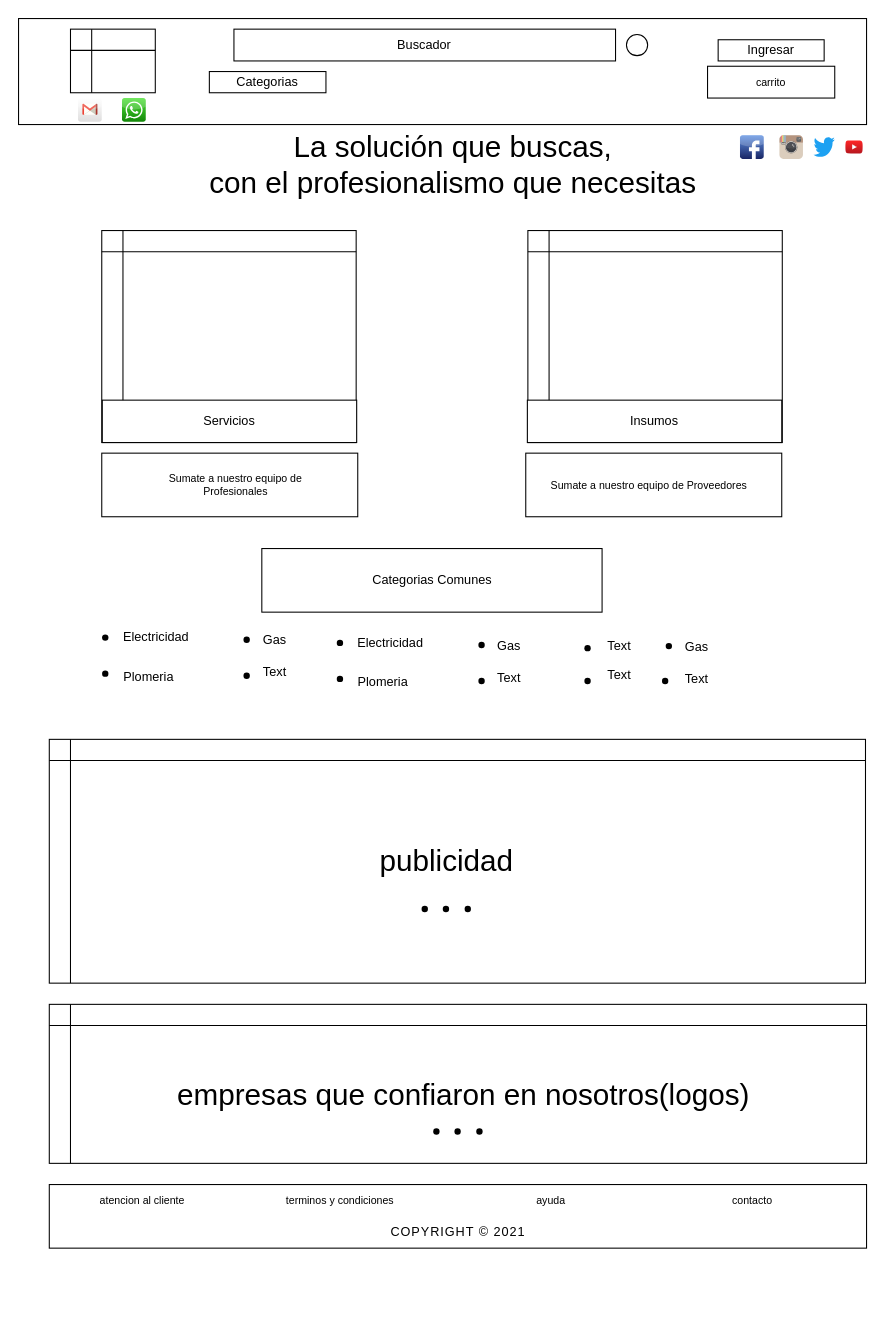
The draw.io diagram page "Page-1" (1 of 3) of Proyecto.drawio in LeonelNardo/Ejercitacion, before the edit. Source tidied: cells renumbered, new cells numbered last; positions are measured from the earlier drawing's top-left corner, leaving out a move shared by most shapes. Both pictures are drawn from the tidied source at 106%, with x=0, y=0 at pixel (18, 18).
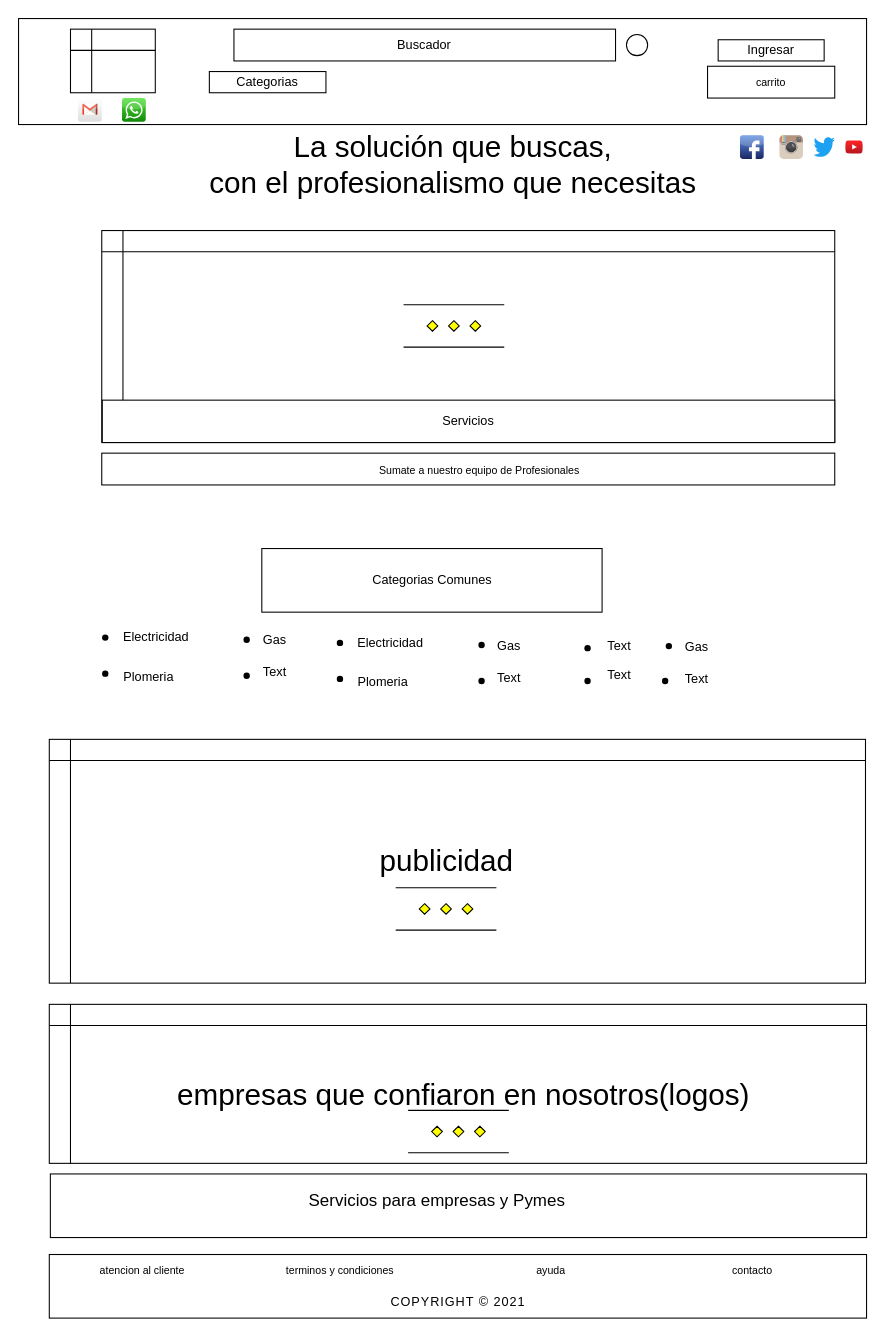
The same page after the edit.

What changed in the source:
```diff
@@
     <mxCell id="8" style="shape=internalStorage;whiteSpace=wrap;html=1;backgroundOutline=1;" parent="1" vertex="1">
-      <mxGeometry x="78.5" y="200" width="240" height="200" as="geometry" />
+      <mxGeometry x="78.5" y="200" width="691.5" height="200" as="geometry" />
     </mxCell>
-    <mxCell id="9" style="shape=internalStorage;whiteSpace=wrap;html=1;backgroundOutline=1;" parent="1" vertex="1">
-      <mxGeometry x="480.5" y="200" width="240" height="200" as="geometry" />
-    </mxCell>
     <mxCell id="10" value="Servicios" style="whiteSpace=wrap;html=1;align=center;newEdgeStyle={&quot;edgeStyle&quot;:&quot;elbowEdgeStyle&quot;,&quot;startArrow&quot;:&quot;none&quot;,&quot;endArrow&quot;:&quot;none&quot;};" parent="1" vertex="1">
-      <mxGeometry x="79" y="360" width="240" height="40" as="geometry" />
+      <mxGeometry x="79" y="360" width="691" height="40" as="geometry" />
     </mxCell>
-    <mxCell id="11" value="Insumos" style="whiteSpace=wrap;html=1;align=center;newEdgeStyle={&quot;edgeStyle&quot;:&quot;elbowEdgeStyle&quot;,&quot;startArrow&quot;:&quot;none&quot;,&quot;endArrow&quot;:&quot;none&quot;};" parent="1" vertex="1">
-      <mxGeometry x="480" y="360" width="240" height="40" as="geometry" />
-    </mxCell>
@@
     <mxCell id="29" style="rounded=0;whiteSpace=wrap;html=1;fontSize=10;strokeWidth=1;" parent="1" vertex="1">
-      <mxGeometry x="29" y="1100" width="771" height="60" as="geometry" />
+      <mxGeometry x="29" y="1166" width="771" height="60" as="geometry" />
     </mxCell>
     <mxCell id="30" style="rounded=0;whiteSpace=wrap;html=1;fontSize=10;strokeWidth=1;" parent="1" vertex="1">
-      <mxGeometry x="78.5" y="410" width="241.5" height="60" as="geometry" />
+      <mxGeometry x="78.5" y="410" width="691.5" height="30" as="geometry" />
     </mxCell>
-    <mxCell id="31" style="rounded=0;whiteSpace=wrap;html=1;fontSize=10;strokeWidth=1;" parent="1" vertex="1">
-      <mxGeometry x="478.5" y="410" width="241.5" height="60" as="geometry" />
-    </mxCell>
     <mxCell id="32" value="Sumate a nuestro equipo de Profesionales" style="text;html=1;strokeColor=none;fillColor=none;align=center;verticalAlign=middle;whiteSpace=wrap;rounded=0;fontSize=10;" parent="1" vertex="1">
-      <mxGeometry x="110" y="425" width="190" height="30" as="geometry" />
+      <mxGeometry x="110" y="411" width="650" height="30" as="geometry" />
     </mxCell>
-    <mxCell id="33" value="Sumate a nuestro equipo de Proveedores" style="text;html=1;strokeColor=none;fillColor=none;align=center;verticalAlign=middle;whiteSpace=wrap;rounded=0;fontSize=10;" parent="1" vertex="1">
-      <mxGeometry x="500" y="425" width="190" height="30" as="geometry" />
-    </mxCell>
@@
     <mxCell id="50" value="atencion al cliente" style="text;html=1;strokeColor=none;fillColor=none;align=center;verticalAlign=middle;whiteSpace=wrap;rounded=0;fontSize=10;" parent="1" vertex="1">
-      <mxGeometry x="61.8" y="1100" width="110" height="30" as="geometry" />
+      <mxGeometry x="61.8" y="1166" width="110" height="30" as="geometry" />
     </mxCell>
     <mxCell id="51" value="terminos y condiciones" style="text;html=1;strokeColor=none;fillColor=none;align=center;verticalAlign=middle;whiteSpace=wrap;rounded=0;fontSize=10;" parent="1" vertex="1">
-      <mxGeometry x="245" y="1100" width="116.5" height="30" as="geometry" />
+      <mxGeometry x="245" y="1166" width="116.5" height="30" as="geometry" />
     </mxCell>
     <mxCell id="52" value="ayuda" style="text;html=1;strokeColor=none;fillColor=none;align=center;verticalAlign=middle;whiteSpace=wrap;rounded=0;fontSize=10;" parent="1" vertex="1">
-      <mxGeometry x="443.8" y="1100" width="116.5" height="30" as="geometry" />
+      <mxGeometry x="443.8" y="1166" width="116.5" height="30" as="geometry" />
     </mxCell>
     <mxCell id="53" value="&lt;span style=&quot;font-family: &amp;#34;raleway&amp;#34; , sans-serif ; font-size: 12px ; letter-spacing: 0.88px ; text-transform: uppercase ; background-color: rgb(255 , 255 , 255)&quot;&gt;COPYRIGHT © 2021&lt;/span&gt;" style="text;html=1;strokeColor=none;fillColor=none;align=center;verticalAlign=middle;whiteSpace=wrap;rounded=0;fontSize=10;" parent="1" vertex="1">
-      <mxGeometry x="260" y="1130" width="310" height="30" as="geometry" />
+      <mxGeometry x="260" y="1196" width="310" height="30" as="geometry" />
     </mxCell>
@@
     <mxCell id="65" value="contacto" style="text;html=1;strokeColor=none;fillColor=none;align=center;verticalAlign=middle;whiteSpace=wrap;rounded=0;fontSize=10;" parent="1" vertex="1">
-      <mxGeometry x="633.5" y="1100" width="116.5" height="30" as="geometry" />
+      <mxGeometry x="633.5" y="1166" width="116.5" height="30" as="geometry" />
     </mxCell>
@@
+    <mxCell id="67" style="verticalLabelPosition=bottom;verticalAlign=top;html=1;shape=mxgraph.flowchart.parallel_mode;fontSize=16;fontColor=#000000;strokeWidth=1;" parent="1" vertex="1">
+      <mxGeometry x="363.2" y="270" width="95" height="40" as="geometry" />
+    </mxCell>
+    <mxCell id="68" style="verticalLabelPosition=bottom;verticalAlign=top;html=1;shape=mxgraph.flowchart.parallel_mode;fontSize=16;fontColor=#000000;strokeWidth=1;" parent="1" vertex="1">
+      <mxGeometry x="355.8" y="820" width="95" height="40" as="geometry" />
+    </mxCell>
+    <mxCell id="69" style="verticalLabelPosition=bottom;verticalAlign=top;html=1;shape=mxgraph.flowchart.parallel_mode;fontSize=16;fontColor=#000000;strokeWidth=1;" parent="1" vertex="1">
+      <mxGeometry x="367.5" y="1030" width="95" height="40" as="geometry" />
+    </mxCell>
+    <mxCell id="70" style="rounded=0;whiteSpace=wrap;html=1;fontSize=16;fontColor=#000000;strokeWidth=1;" parent="1" vertex="1">
+      <mxGeometry x="30" y="1090" width="770" height="60" as="geometry" />
+    </mxCell>
+    <mxCell id="71" value="Servicios para empresas y Pymes" style="text;html=1;strokeColor=none;fillColor=none;align=center;verticalAlign=middle;whiteSpace=wrap;rounded=0;fontSize=16;fontColor=#000000;" parent="1" vertex="1">
+      <mxGeometry x="78.5" y="1100" width="631.5" height="30" as="geometry" />
+    </mxCell>
```
